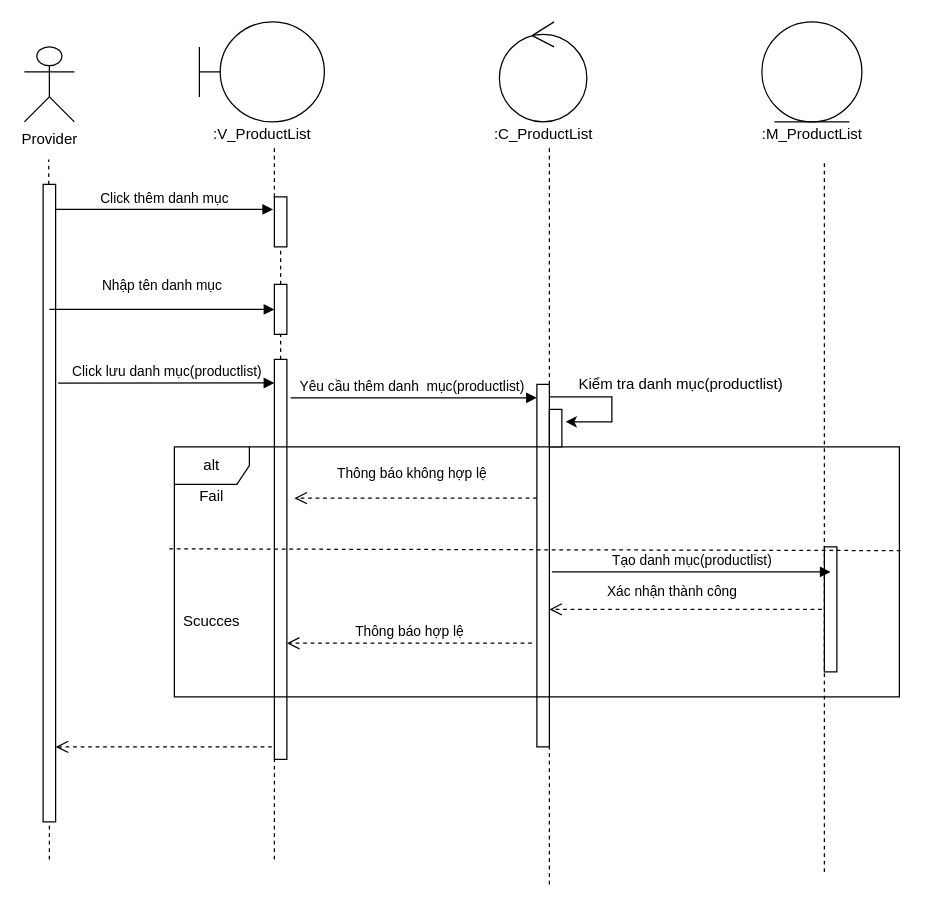
hoangminh15/PTTKHT keeps this draw.io diagram as Sequence/ThemDanhMucSanPham.drawio. Above is the earlier version. Source tidied: cells renumbered, new cells numbered last; positions are measured from the earlier drawing's top-left corner, leaving out a move shared by most shapes. Both pictures are drawn from the tidied source at 125%, with x=0, y=0 at pixel (24, 21).
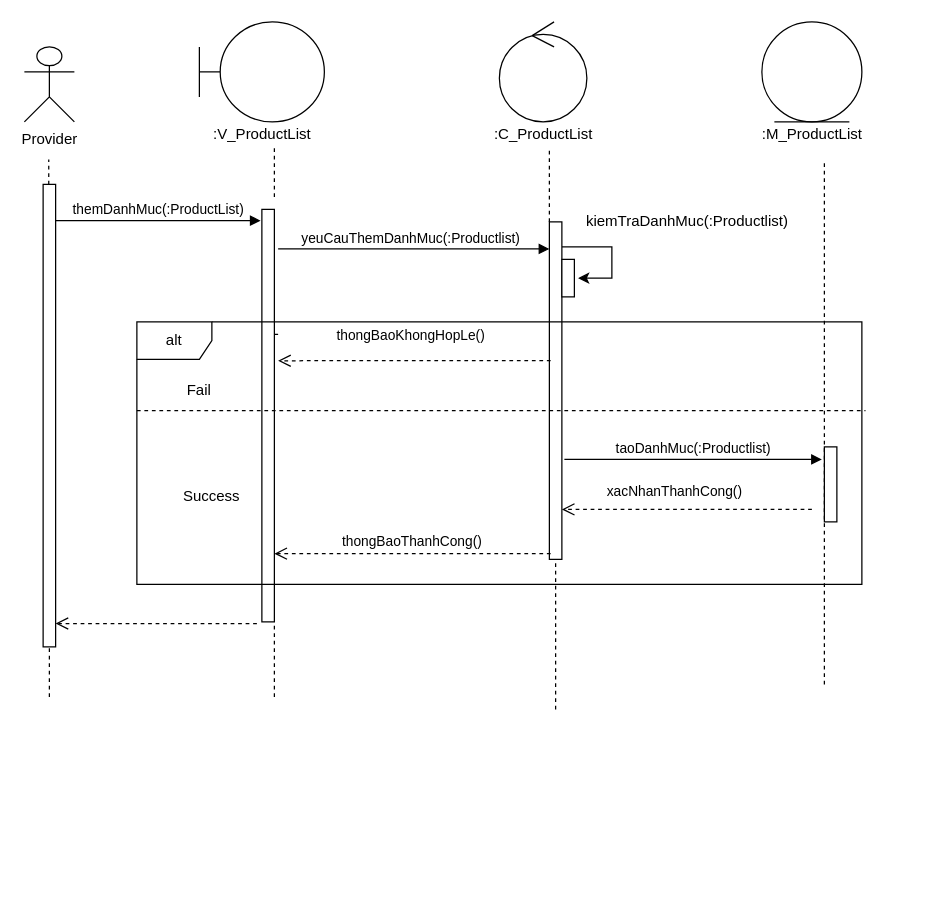
Above is the later version.

The edit, as a diff of the source:
```diff
@@
-    <mxCell id="5" style="endArrow=none;dashed=1;html=1;" parent="1" edge="1" source="15">
+    <mxCell id="5" style="endArrow=none;dashed=1;html=1;" parent="1" edge="1">
       <mxGeometry relative="1" as="geometry">
+        <mxPoint x="200" y="140" as="sourcePoint" />
         <mxPoint x="200" y="100" as="targetPoint" />
       </mxGeometry>
     </mxCell>
@@
     <mxCell id="12" style="endArrow=none;dashed=1;html=1;" parent="1" edge="1">
       <mxGeometry relative="1" as="geometry">
-        <mxPoint x="640" y="680" as="sourcePoint" />
+        <mxPoint x="640" y="530" as="sourcePoint" />
         <mxPoint x="640" y="110" as="targetPoint" />
       </mxGeometry>
     </mxCell>
     <mxCell id="13" style="html=1;points=[];perimeter=orthogonalPerimeter;" parent="1" vertex="1">
-      <mxGeometry x="15" y="130" width="10" height="510" as="geometry" />
+      <mxGeometry x="15" y="130" width="10" height="370" as="geometry" />
     </mxCell>
     <mxCell id="14" style="endArrow=none;dashed=1;html=1;" parent="1" edge="1" target="13">
       <mxGeometry relative="1" as="geometry">
-        <mxPoint x="20" y="670" as="sourcePoint" />
+        <mxPoint x="20" y="540" as="sourcePoint" />
       </mxGeometry>
     </mxCell>
-    <mxCell id="15" style="html=1;points=[];perimeter=orthogonalPerimeter;" parent="1" vertex="1">
-      <mxGeometry x="200" y="140" width="10" height="40" as="geometry" />
-    </mxCell>
-    <mxCell id="16" style="endArrow=none;dashed=1;html=1;" parent="1" edge="1" source="18" target="15">
-      <mxGeometry relative="1" as="geometry" />
-    </mxCell>
-    <mxCell id="17" value="Click thêm danh mục" style="html=1;verticalAlign=bottom;endArrow=block;" parent="1" edge="1" source="13">
-      <mxGeometry relative="1" as="geometry">
-        <mxPoint x="199" y="150" as="targetPoint" />
-      </mxGeometry>
-    </mxCell>
-    <mxCell id="18" style="html=1;points=[];perimeter=orthogonalPerimeter;" parent="1" vertex="1">
-      <mxGeometry x="200" y="210" width="10" height="40" as="geometry" />
-    </mxCell>
-    <mxCell id="19" style="endArrow=none;dashed=1;html=1;" parent="1" edge="1" source="21" target="18">
-      <mxGeometry relative="1" as="geometry" />
+    <mxCell id="19" style="endArrow=none;dashed=1;html=1;" parent="1" edge="1" source="21">
+      <mxGeometry relative="1" as="geometry">
+        <mxPoint x="205" y="250" as="targetPoint" />
+      </mxGeometry>
     </mxCell>
-    <mxCell id="20" value="Nhập tên danh mục " style="html=1;verticalAlign=bottom;endArrow=block;" parent="1" edge="1" target="18">
-      <mxGeometry y="10" relative="1" as="geometry">
-        <mxPoint x="20" y="230" as="sourcePoint" />
-      </mxGeometry>
-    </mxCell>
     <mxCell id="21" style="html=1;points=[];perimeter=orthogonalPerimeter;" parent="1" vertex="1">
-      <mxGeometry x="200" y="270" width="10" height="320" as="geometry" />
+      <mxGeometry x="190" y="150" width="10" height="330" as="geometry" />
     </mxCell>
     <mxCell id="22" style="endArrow=none;dashed=1;html=1;" parent="1" edge="1" target="21">
       <mxGeometry relative="1" as="geometry">
-        <mxPoint x="200" y="670" as="sourcePoint" />
+        <mxPoint x="200" y="540" as="sourcePoint" />
       </mxGeometry>
     </mxCell>
-    <mxCell id="23" value="Click lưu danh mục(productlist)" style="html=1;verticalAlign=bottom;endArrow=block;entryX=0;entryY=0.059;entryDx=0;entryDy=0;entryPerimeter=0;" parent="1" edge="1" target="21">
+    <mxCell id="23" value="themDanhMuc(:ProductList)" style="html=1;verticalAlign=bottom;endArrow=block;" parent="1" edge="1">
       <mxGeometry relative="1" as="geometry">
-        <mxPoint x="27" y="289" as="sourcePoint" />
+        <mxPoint x="25" y="159" as="sourcePoint" />
+        <mxPoint x="189" y="159" as="targetPoint" />
       </mxGeometry>
     </mxCell>
-    <mxCell id="24" style="edgeStyle=orthogonalEdgeStyle;rounded=0;jettySize=auto;html=1;entryX=1.3;entryY=0.333;entryDx=0;entryDy=0;entryPerimeter=0;" parent="1" edge="1" source="25" target="37">
+    <mxCell id="24" style="edgeStyle=orthogonalEdgeStyle;rounded=0;jettySize=auto;html=1;" parent="1" edge="1" source="25">
       <mxGeometry relative="1" as="geometry">
+        <mxPoint x="443" y="205" as="targetPoint" />
         <Array as="points">
-          <mxPoint x="470" y="300" />
-          <mxPoint x="470" y="320" />
+          <mxPoint x="470" y="180" />
+          <mxPoint x="470" y="205" />
         </Array>
       </mxGeometry>
     </mxCell>
     <mxCell id="25" style="html=1;points=[];perimeter=orthogonalPerimeter;" parent="1" vertex="1">
-      <mxGeometry x="410" y="290" width="10" height="290" as="geometry" />
+      <mxGeometry x="420" y="160" width="10" height="270" as="geometry" />
     </mxCell>
     <mxCell id="26" style="endArrow=none;dashed=1;html=1;" parent="1" edge="1" target="25">
       <mxGeometry relative="1" as="geometry">
-        <mxPoint x="420" y="690" as="sourcePoint" />
+        <mxPoint x="425" y="550" as="sourcePoint" />
       </mxGeometry>
     </mxCell>
-    <mxCell id="27" value="Yêu cầu thêm danh&amp;nbsp; mục(productlist)" style="html=1;verticalAlign=bottom;endArrow=block;exitX=1.3;exitY=0.096;exitDx=0;exitDy=0;exitPerimeter=0;" parent="1" edge="1" source="21" target="25">
+    <mxCell id="27" value="yeuCauThemDanhMuc(:Productlist)" style="html=1;verticalAlign=bottom;endArrow=block;exitX=1.3;exitY=0.096;exitDx=0;exitDy=0;exitPerimeter=0;" parent="1" edge="1" source="21" target="25">
       <mxGeometry x="-0.02" relative="1" as="geometry" />
     </mxCell>
     <mxCell id="28" style="html=1;points=[];perimeter=orthogonalPerimeter;" parent="1" vertex="1">
-      <mxGeometry x="640" y="420" width="10" height="100" as="geometry" />
+      <mxGeometry x="640" y="340" width="10" height="60" as="geometry" />
     </mxCell>
-    <mxCell id="29" value="Thông báo hợp lệ" style="html=1;verticalAlign=bottom;endArrow=open;dashed=1;endSize=8;exitX=-0.4;exitY=0.714;exitDx=0;exitDy=0;exitPerimeter=0;" parent="1" edge="1" source="25" target="21">
+    <mxCell id="29" value="thongBaoThanhCong()" style="html=1;verticalAlign=bottom;endArrow=open;dashed=1;endSize=8;exitX=0.1;exitY=0.983;exitDx=0;exitDy=0;exitPerimeter=0;" parent="1" edge="1" source="25" target="21">
       <mxGeometry relative="1" as="geometry" />
     </mxCell>
-    <mxCell id="30" style="html=1;verticalAlign=bottom;endArrow=open;dashed=1;endSize=8;" parent="1" edge="1" target="13">
-      <mxGeometry relative="1" as="geometry">
-        <mxPoint x="198" y="580" as="sourcePoint" />
-      </mxGeometry>
+    <mxCell id="30" style="html=1;verticalAlign=bottom;endArrow=open;dashed=1;endSize=8;exitX=-0.4;exitY=1.004;exitDx=0;exitDy=0;exitPerimeter=0;" parent="1" edge="1" source="21" target="13">
+      <mxGeometry relative="1" as="geometry" />
     </mxCell>
-    <mxCell id="31" value="Tạo danh mục(productlist)" style="html=1;verticalAlign=bottom;endArrow=block;entryX=0.5;entryY=0.2;entryDx=0;entryDy=0;entryPerimeter=0;" parent="1" edge="1" target="28">
+    <mxCell id="31" value="taoDanhMuc(:Productlist)" style="html=1;verticalAlign=bottom;endArrow=block;" parent="1" edge="1">
       <mxGeometry relative="1" as="geometry">
-        <mxPoint x="422" y="440" as="sourcePoint" />
+        <mxPoint x="432" y="350" as="sourcePoint" />
+        <mxPoint x="638" y="350" as="targetPoint" />
       </mxGeometry>
     </mxCell>
-    <mxCell id="32" value="Xác nhận thành công" style="html=1;verticalAlign=bottom;endArrow=open;dashed=1;endSize=8;" parent="1" edge="1" target="25">
+    <mxCell id="32" value="xacNhanThanhCong()" style="html=1;verticalAlign=bottom;endArrow=open;dashed=1;endSize=8;" parent="1" edge="1" target="25">
       <mxGeometry x="0.1" y="-5" relative="1" as="geometry">
-        <mxPoint x="638" y="470" as="sourcePoint" />
+        <mxPoint x="630" y="390" as="sourcePoint" />
       </mxGeometry>
     </mxCell>
     <mxCell id="33" value="alt" style="shape=umlFrame;whiteSpace=wrap;html=1;" parent="1" vertex="1">
-      <mxGeometry x="120" y="340" width="580" height="200" as="geometry" />
+      <mxGeometry x="90" y="240" width="580" height="210" as="geometry" />
     </mxCell>
-    <mxCell id="34" style="endArrow=none;dashed=1;html=1;exitX=-0.007;exitY=0.408;exitDx=0;exitDy=0;exitPerimeter=0;entryX=1.003;entryY=0.415;entryDx=0;entryDy=0;entryPerimeter=0;" parent="1" edge="1" source="33" target="33">
-      <mxGeometry relative="1" as="geometry" />
-    </mxCell>
-    <mxCell id="35" value="Scucces" style="text;html=1;strokeColor=none;fillColor=none;align=center;verticalAlign=middle;whiteSpace=wrap;rounded=0;" parent="1" vertex="1">
-      <mxGeometry x="130" y="470" width="40" height="20" as="geometry" />
+    <mxCell id="35" value="Success" style="text;html=1;strokeColor=none;fillColor=none;align=center;verticalAlign=middle;whiteSpace=wrap;rounded=0;" parent="1" vertex="1">
+      <mxGeometry x="130" y="370" width="40" height="20" as="geometry" />
     </mxCell>
     <mxCell id="36" value="Fail" style="text;html=1;strokeColor=none;fillColor=none;align=center;verticalAlign=middle;whiteSpace=wrap;rounded=0;" parent="1" vertex="1">
-      <mxGeometry x="130" y="370" width="40" height="20" as="geometry" />
+      <mxGeometry x="120" y="285" width="40" height="20" as="geometry" />
     </mxCell>
     <mxCell id="37" style="html=1;points=[];perimeter=orthogonalPerimeter;" parent="1" vertex="1">
-      <mxGeometry x="420" y="310" width="10" height="30" as="geometry" />
+      <mxGeometry x="430" y="190" width="10" height="30" as="geometry" />
     </mxCell>
-    <mxCell id="38" value="Kiểm tra danh mục(productlist)" style="text;html=1;align=center;verticalAlign=middle;" parent="1" vertex="1">
-      <mxGeometry x="430" y="280" width="190" height="20" as="geometry" />
+    <mxCell id="38" value="kiemTraDanhMuc(:Productlist)" style="text;html=1;align=center;verticalAlign=middle;" parent="1" vertex="1">
+      <mxGeometry x="440" y="150" width="180" height="20" as="geometry" />
     </mxCell>
-    <mxCell id="39" value="Thông báo không hợp lệ" style="html=1;verticalAlign=bottom;endArrow=open;dashed=1;endSize=8;entryX=1.6;entryY=0.347;entryDx=0;entryDy=0;entryPerimeter=0;" parent="1" edge="1" source="25" target="21">
+    <mxCell id="39" value="thongBaoKhongHopLe()" style="html=1;verticalAlign=bottom;endArrow=open;dashed=1;endSize=8;entryX=1.3;entryY=0.367;entryDx=0;entryDy=0;entryPerimeter=0;exitX=0.1;exitY=0.411;exitDx=0;exitDy=0;exitPerimeter=0;" parent="1" edge="1" source="25" target="21">
       <mxGeometry x="0.03" y="-11" relative="1" as="geometry" />
     </mxCell>
+    <mxCell id="34" style="endArrow=none;dashed=1;html=1;entryX=1.005;entryY=0.338;entryDx=0;entryDy=0;entryPerimeter=0;exitX=0;exitY=0.338;exitDx=0;exitDy=0;exitPerimeter=0;" parent="1" edge="1" source="33" target="33">
+      <mxGeometry relative="1" as="geometry" />
+    </mxCell>
```
